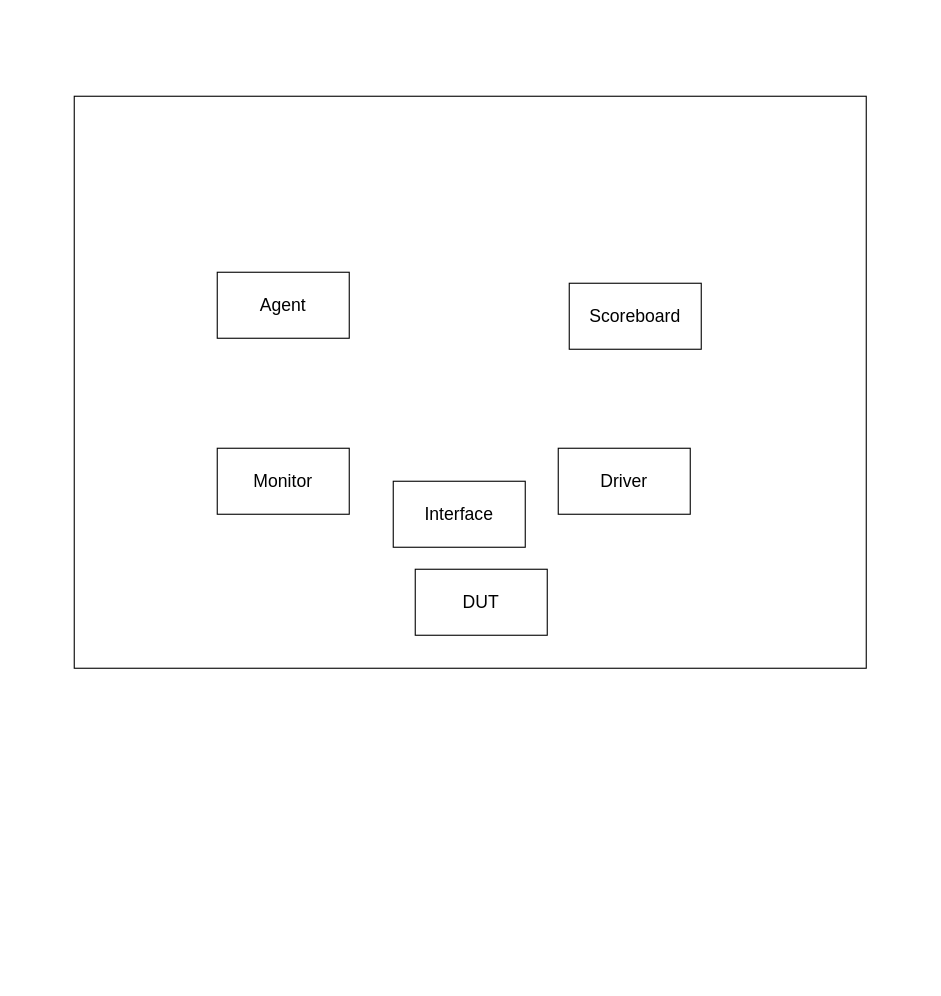
Above: UVM_Multiplier/Figures/testbench.drawio in UjvalMadhu/Verification-Projects (draw.io), before the change. Source tidied: cells renumbered, new cells numbered last; positions are measured from the earlier drawing's top-left corner, leaving out a move shared by most shapes. Both pictures are drawn from the tidied source at 110%, with x=0, y=0 at pixel (74, 96).
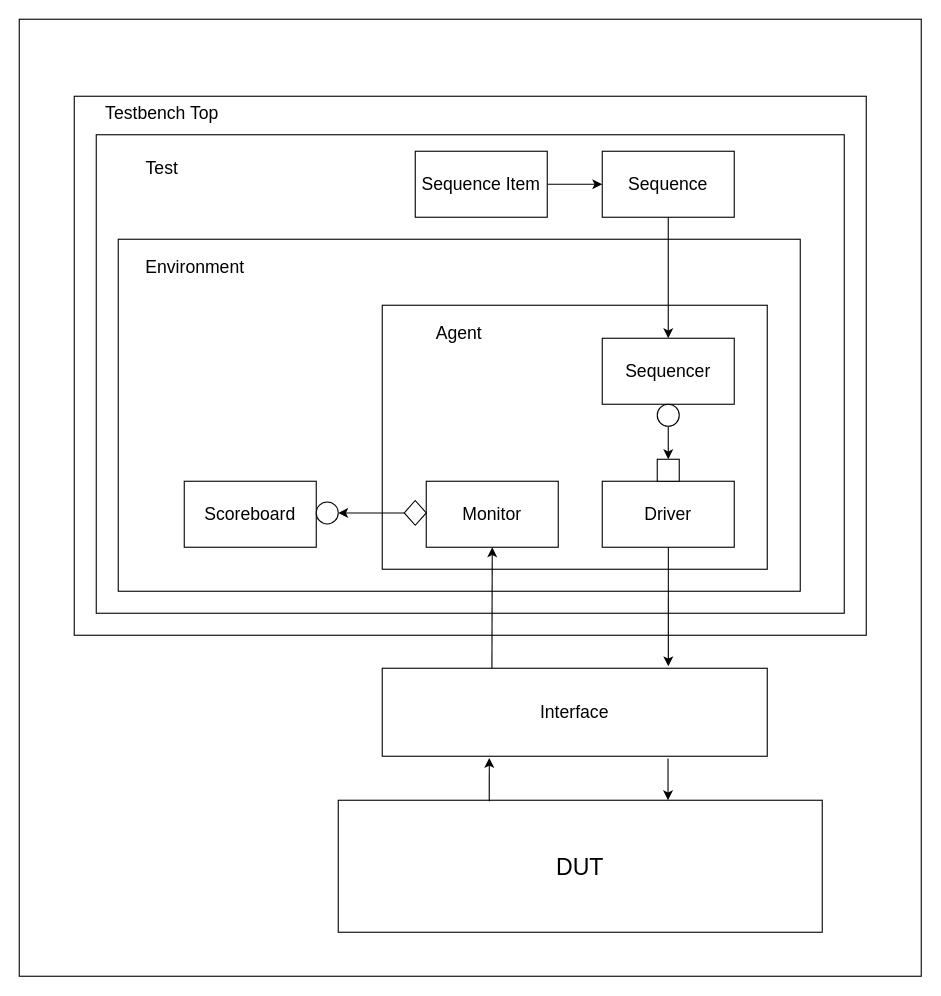
The same diagram, later.

Commit message (it also covers changes not shown here):
Multiplier Testbench Complete

The edit, as a diff of the source:
```diff
@@
+    <mxCell id="9" style="rounded=0;whiteSpace=wrap;html=1;" parent="1" vertex="1">
+      <mxGeometry x="-50" y="-70" width="820" height="870" as="geometry" />
+    </mxCell>
     <mxCell id="2" style="rounded=0;whiteSpace=wrap;html=1;" parent="1" vertex="1">
-      <mxGeometry width="720" height="520" as="geometry" />
+      <mxGeometry width="720" height="490" as="geometry" />
     </mxCell>
+    <mxCell id="5" style="rounded=0;whiteSpace=wrap;html=1;" parent="1" vertex="1">
+      <mxGeometry x="20" y="35" width="680" height="435" as="geometry" />
+    </mxCell>
+    <mxCell id="10" style="rounded=0;whiteSpace=wrap;html=1;" parent="1" vertex="1">
+      <mxGeometry x="40" y="130" width="620" height="320" as="geometry" />
+    </mxCell>
+    <mxCell id="11" style="rounded=0;whiteSpace=wrap;html=1;" parent="1" vertex="1">
+      <mxGeometry x="280" y="190" width="350" height="240" as="geometry" />
+    </mxCell>
     <mxCell id="3" value="&lt;font style=&quot;font-size: 16px;&quot;&gt;Monitor&lt;/font&gt;" style="rounded=0;whiteSpace=wrap;html=1;" parent="1" vertex="1">
-      <mxGeometry x="130" y="320" width="120" height="60" as="geometry" />
+      <mxGeometry x="320" y="350" width="120" height="60" as="geometry" />
     </mxCell>
     <mxCell id="4" value="&lt;font style=&quot;font-size: 16px;&quot;&gt;Driver&lt;/font&gt;" style="rounded=0;whiteSpace=wrap;html=1;" parent="1" vertex="1">
-      <mxGeometry x="440" y="320" width="120" height="60" as="geometry" />
+      <mxGeometry x="480" y="350" width="120" height="60" as="geometry" />
     </mxCell>
-    <mxCell id="5" value="&lt;font style=&quot;font-size: 16px;&quot;&gt;Agent&lt;/font&gt;" style="rounded=0;whiteSpace=wrap;html=1;" parent="1" vertex="1">
-      <mxGeometry x="130" y="160" width="120" height="60" as="geometry" />
-    </mxCell>
     <mxCell id="6" value="&lt;font style=&quot;font-size: 16px;&quot;&gt;Scoreboard&lt;/font&gt;" style="rounded=0;whiteSpace=wrap;html=1;" parent="1" vertex="1">
-      <mxGeometry x="450" y="170" width="120" height="60" as="geometry" />
+      <mxGeometry x="100" y="350" width="120" height="60" as="geometry" />
     </mxCell>
     <mxCell id="7" value="&lt;font style=&quot;font-size: 16px;&quot;&gt;Interface&lt;/font&gt;" style="rounded=0;whiteSpace=wrap;html=1;" parent="1" vertex="1">
-      <mxGeometry x="290" y="350" width="120" height="60" as="geometry" />
+      <mxGeometry x="280" y="520" width="350" height="80" as="geometry" />
     </mxCell>
-    <mxCell id="8" value="&lt;font style=&quot;font-size: 16px;&quot;&gt;DUT&lt;/font&gt;" style="rounded=0;whiteSpace=wrap;html=1;" parent="1" vertex="1">
-      <mxGeometry x="310" y="430" width="120" height="60" as="geometry" />
+    <mxCell id="8" value="&lt;font style=&quot;font-size: 21px;&quot;&gt;DUT&lt;/font&gt;" style="rounded=0;whiteSpace=wrap;html=1;" parent="1" vertex="1">
+      <mxGeometry x="240" y="640" width="440" height="120" as="geometry" />
     </mxCell>
+    <mxCell id="12" style="edgeStyle=orthogonalEdgeStyle;rounded=0;jettySize=auto;html=1;" parent="1" edge="1" source="13" target="19">
+      <mxGeometry relative="1" as="geometry" />
+    </mxCell>
+    <mxCell id="13" value="&lt;font style=&quot;font-size: 16px;&quot;&gt;Sequence Item&lt;/font&gt;" style="rounded=0;whiteSpace=wrap;html=1;" parent="1" vertex="1">
+      <mxGeometry x="310" y="50" width="120" height="60" as="geometry" />
+    </mxCell>
+    <mxCell id="14" value="&lt;font style=&quot;font-size: 16px;&quot;&gt;Sequencer&lt;/font&gt;" style="rounded=0;whiteSpace=wrap;html=1;" parent="1" vertex="1">
+      <mxGeometry x="480" y="220" width="120" height="60" as="geometry" />
+    </mxCell>
+    <mxCell id="15" value="Testbench Top" style="text;html=1;align=center;verticalAlign=middle;whiteSpace=wrap;rounded=0;fontSize=16;" parent="1" vertex="1">
+      <mxGeometry width="160" height="30" as="geometry" />
+    </mxCell>
+    <mxCell id="16" value="Test" style="text;html=1;align=center;verticalAlign=middle;whiteSpace=wrap;rounded=0;fontSize=16;" parent="1" vertex="1">
+      <mxGeometry x="35" y="50" width="90" height="30" as="geometry" />
+    </mxCell>
+    <mxCell id="17" value="Environment" style="text;html=1;align=center;verticalAlign=middle;whiteSpace=wrap;rounded=0;fontSize=16;" parent="1" vertex="1">
+      <mxGeometry x="50" y="140" width="120" height="30" as="geometry" />
+    </mxCell>
+    <mxCell id="18" value="Agent" style="text;html=1;align=center;verticalAlign=middle;whiteSpace=wrap;rounded=0;fontSize=16;" parent="1" vertex="1">
+      <mxGeometry x="290" y="200" width="120" height="30" as="geometry" />
+    </mxCell>
+    <mxCell id="19" value="&lt;font style=&quot;font-size: 16px;&quot;&gt;Sequence&lt;/font&gt;" style="rounded=0;whiteSpace=wrap;html=1;" parent="1" vertex="1">
+      <mxGeometry x="480" y="50" width="120" height="60" as="geometry" />
+    </mxCell>
+    <mxCell id="20" style="edgeStyle=orthogonalEdgeStyle;rounded=0;jettySize=auto;html=1;exitX=0.5;exitY=1;exitDx=0;exitDy=0;entryX=0.5;entryY=0;entryDx=0;entryDy=0;" parent="1" edge="1" source="19" target="14">
+      <mxGeometry relative="1" as="geometry" />
+    </mxCell>
+    <mxCell id="21" style="whiteSpace=wrap;html=1;" parent="1" vertex="1">
+      <mxGeometry x="530" y="330" width="20" height="20" as="geometry" />
+    </mxCell>
+    <mxCell id="22" style="edgeStyle=orthogonalEdgeStyle;rounded=0;jettySize=auto;html=1;" parent="1" edge="1" source="23" target="26">
+      <mxGeometry relative="1" as="geometry" />
+    </mxCell>
+    <mxCell id="23" style="rhombus;whiteSpace=wrap;html=1;" parent="1" vertex="1">
+      <mxGeometry x="300" y="367.5" width="20" height="22.5" as="geometry" />
+    </mxCell>
+    <mxCell id="24" style="edgeStyle=orthogonalEdgeStyle;rounded=0;jettySize=auto;html=1;" parent="1" edge="1" source="25" target="21">
+      <mxGeometry relative="1" as="geometry" />
+    </mxCell>
+    <mxCell id="25" style="ellipse;whiteSpace=wrap;html=1;" parent="1" vertex="1">
+      <mxGeometry x="530" y="280" width="20" height="20" as="geometry" />
+    </mxCell>
+    <mxCell id="26" style="ellipse;whiteSpace=wrap;html=1;" parent="1" vertex="1">
+      <mxGeometry x="220" y="368.8" width="20" height="20" as="geometry" />
+    </mxCell>
+    <mxCell id="27" style="endArrow=classic;html=1;rounded=0;exitX=0.5;exitY=1;exitDx=0;exitDy=0;entryX=0.743;entryY=-0.022;entryDx=0;entryDy=0;entryPerimeter=0;" parent="1" edge="1" target="7">
+      <mxGeometry relative="1" as="geometry">
+        <mxPoint x="540.1" y="410" as="sourcePoint" />
+      </mxGeometry>
+    </mxCell>
+    <mxCell id="28" style="endArrow=classic;html=1;rounded=0;exitX=0.75;exitY=1;exitDx=0;exitDy=0;" parent="1" edge="1">
+      <mxGeometry relative="1" as="geometry">
+        <mxPoint x="539.8" y="602" as="sourcePoint" />
+        <mxPoint x="539.8" y="640" as="targetPoint" />
+      </mxGeometry>
+    </mxCell>
+    <mxCell id="29" style="endArrow=classic;html=1;rounded=0;exitX=0.5;exitY=1;exitDx=0;exitDy=0;entryX=0.5;entryY=1;entryDx=0;entryDy=0;" parent="1" edge="1" target="3">
+      <mxGeometry relative="1" as="geometry">
+        <mxPoint x="379.7" y="520" as="sourcePoint" />
+      </mxGeometry>
+    </mxCell>
+    <mxCell id="30" style="endArrow=classic;html=1;rounded=0;entryX=0.278;entryY=1.019;entryDx=0;entryDy=0;entryPerimeter=0;exitX=0.312;exitY=0.008;exitDx=0;exitDy=0;exitPerimeter=0;" parent="1" edge="1" source="8" target="7">
+      <mxGeometry relative="1" as="geometry" />
+    </mxCell>
```
